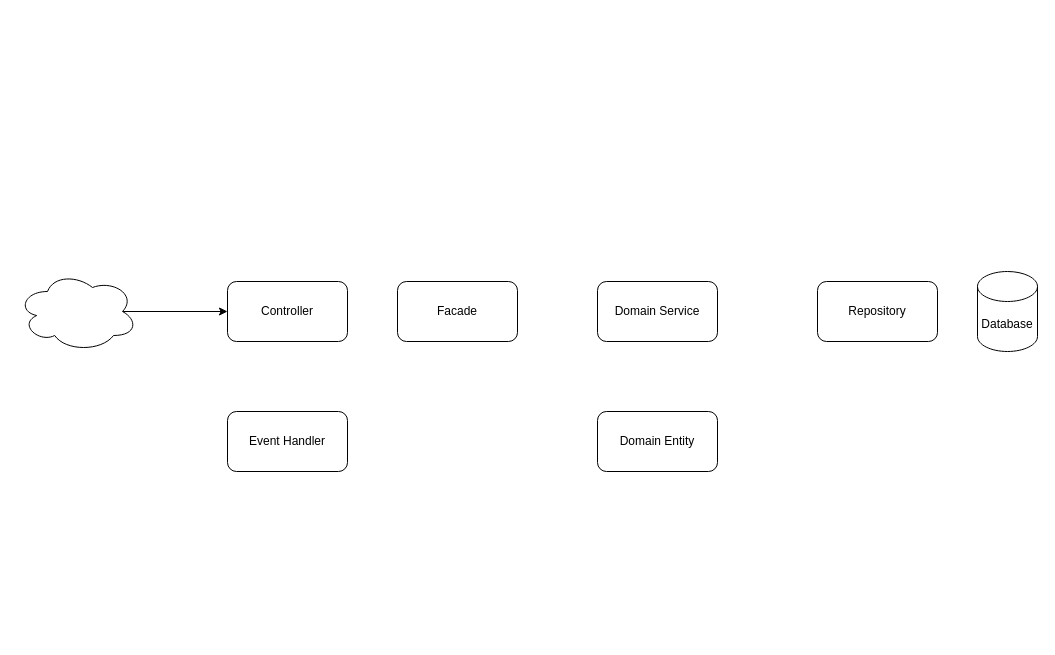
The draw.io diagram Untitled Diagram.drawio in cortside/drawio, before the edit. Source tidied: cells renumbered, new cells numbered last; positions are measured from the earlier drawing's top-left corner, leaving out a move shared by most shapes. Both pictures are drawn from the tidied source at 100%, with x=0, y=0 at pixel (17, 271).
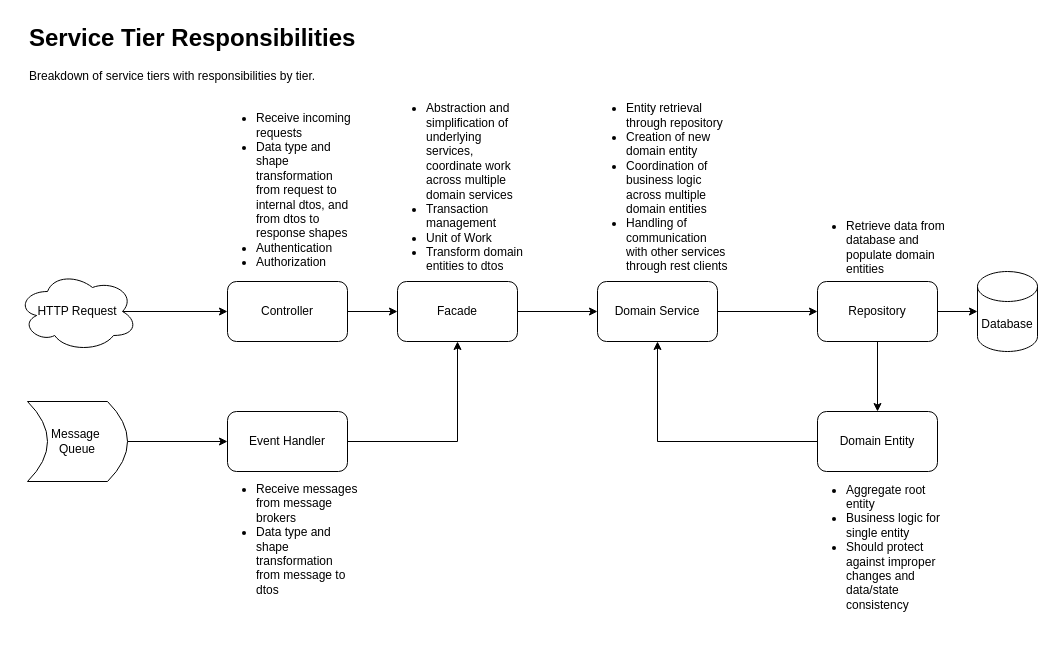
Above is the later version.

The change refers to these unchanged cells:
```xml
<mxCell id="2" value="Controller" style="rounded=1;whiteSpace=wrap;html=1;" parent="1" vertex="1">
  <mxGeometry x="210" y="10" width="120" height="60" as="geometry" />
</mxCell>
<mxCell id="3" value="Facade" style="rounded=1;whiteSpace=wrap;html=1;" parent="1" vertex="1">
  <mxGeometry x="380" y="10" width="120" height="60" as="geometry" />
</mxCell>
<mxCell id="4" value="Domain Service" style="rounded=1;whiteSpace=wrap;html=1;" parent="1" vertex="1">
  <mxGeometry x="580" y="10" width="120" height="60" as="geometry" />
</mxCell>
<mxCell id="6" value="Database" style="shape=cylinder3;whiteSpace=wrap;html=1;boundedLbl=1;backgroundOutline=1;size=15;" parent="1" vertex="1">
  <mxGeometry x="960" width="60" height="80" as="geometry" />
</mxCell>
<mxCell id="7" value="Event Handler" style="rounded=1;whiteSpace=wrap;html=1;" parent="1" vertex="1">
  <mxGeometry x="210" y="140" width="120" height="60" as="geometry" />
</mxCell>
<mxCell id="8" value="Repository" style="rounded=1;whiteSpace=wrap;html=1;" parent="1" vertex="1">
  <mxGeometry x="800" y="10" width="120" height="60" as="geometry" />
</mxCell>
```

The edit, as a diff of the source:
```diff
@@
+    <mxCell id="11" style="edgeStyle=orthogonalEdgeStyle;rounded=0;jettySize=auto;html=1;" parent="1" edge="1" source="2" target="3">
+      <mxGeometry relative="1" as="geometry" />
+    </mxCell>
@@
+    <mxCell id="12" style="edgeStyle=orthogonalEdgeStyle;rounded=0;jettySize=auto;html=1;" parent="1" edge="1" source="3" target="4">
+      <mxGeometry relative="1" as="geometry" />
+    </mxCell>
@@
+    <mxCell id="13" style="edgeStyle=orthogonalEdgeStyle;rounded=0;jettySize=auto;html=1;" parent="1" edge="1" source="4" target="8">
+      <mxGeometry relative="1" as="geometry" />
+    </mxCell>
@@
+    <mxCell id="14" style="edgeStyle=orthogonalEdgeStyle;rounded=0;jettySize=auto;html=1;exitX=0;exitY=0.5;exitDx=0;exitDy=0;entryX=0.5;entryY=1;entryDx=0;entryDy=0;" parent="1" edge="1" source="5" target="4">
+      <mxGeometry relative="1" as="geometry" />
+    </mxCell>
     <mxCell id="5" value="Domain Entity" style="rounded=1;whiteSpace=wrap;html=1;" parent="1" vertex="1">
-      <mxGeometry x="580" y="140" width="120" height="60" as="geometry" />
+      <mxGeometry x="800" y="140" width="120" height="60" as="geometry" />
     </mxCell>
@@
+    <mxCell id="15" style="edgeStyle=orthogonalEdgeStyle;rounded=0;jettySize=auto;html=1;exitX=1;exitY=0.5;exitDx=0;exitDy=0;entryX=0.5;entryY=1;entryDx=0;entryDy=0;" parent="1" edge="1" source="7" target="3">
+      <mxGeometry relative="1" as="geometry" />
+    </mxCell>
@@
+    <mxCell id="16" style="edgeStyle=orthogonalEdgeStyle;rounded=0;jettySize=auto;html=1;" parent="1" edge="1" source="8" target="6">
+      <mxGeometry relative="1" as="geometry" />
+    </mxCell>
+    <mxCell id="17" style="edgeStyle=orthogonalEdgeStyle;rounded=0;jettySize=auto;html=1;" parent="1" edge="1" source="8" target="5">
+      <mxGeometry relative="1" as="geometry" />
+    </mxCell>
@@
-    <mxCell id="10" style="ellipse;shape=cloud;whiteSpace=wrap;html=1;" parent="1" vertex="1">
+    <mxCell id="10" value="HTTP Request" style="ellipse;shape=cloud;whiteSpace=wrap;html=1;" parent="1" vertex="1">
       <mxGeometry width="120" height="80" as="geometry" />
     </mxCell>
+    <mxCell id="18" style="edgeStyle=orthogonalEdgeStyle;rounded=0;jettySize=auto;html=1;" parent="1" edge="1" source="19" target="7">
+      <mxGeometry relative="1" as="geometry" />
+    </mxCell>
+    <mxCell id="19" value="Message&amp;nbsp;&lt;div&gt;Queue&lt;/div&gt;" style="shape=dataStorage;whiteSpace=wrap;html=1;fixedSize=1;flipV=1;flipH=1;" parent="1" vertex="1">
+      <mxGeometry x="10" y="130" width="100" height="80" as="geometry" />
+    </mxCell>
+    <mxCell id="20" value="&lt;h1 style=&quot;margin-top: 0px;&quot;&gt;Service Tier Responsibilities&lt;/h1&gt;&lt;p&gt;Breakdown of service tiers with responsibilities by tier.&lt;/p&gt;" style="text;html=1;whiteSpace=wrap;overflow=hidden;rounded=0;" parent="1" vertex="1">
+      <mxGeometry x="10" y="-254" width="400" height="120" as="geometry" />
+    </mxCell>
+    <mxCell id="21" value="&lt;div style=&quot;text-align: left;&quot;&gt;&lt;ul&gt;&lt;li&gt;&lt;span style=&quot;background-color: initial;&quot;&gt;Receive incoming requests&lt;/span&gt;&lt;/li&gt;&lt;li&gt;Data type and shape transformation from request to internal dtos, and from dtos to response shapes&lt;/li&gt;&lt;li&gt;Authentication&lt;/li&gt;&lt;li&gt;&lt;span style=&quot;background-color: initial;&quot;&gt;Authorization&lt;/span&gt;&lt;/li&gt;&lt;/ul&gt;&lt;/div&gt;&lt;div&gt;&lt;div&gt;&lt;br&gt;&lt;/div&gt;&lt;/div&gt;" style="text;html=1;align=center;verticalAlign=middle;whiteSpace=wrap;rounded=0;" parent="1" vertex="1">
+      <mxGeometry x="197.5" y="-164" width="145" height="180" as="geometry" />
+    </mxCell>
+    <mxCell id="22" value="&lt;div style=&quot;text-align: left;&quot;&gt;&lt;ul&gt;&lt;li&gt;Abstraction and simplification of underlying services, coordinate work across multiple domain services&lt;/li&gt;&lt;li&gt;Transaction management&lt;/li&gt;&lt;li&gt;Unit of Work&lt;/li&gt;&lt;li&gt;Transform domain entities to dtos&lt;/li&gt;&lt;/ul&gt;&lt;/div&gt;" style="text;html=1;align=center;verticalAlign=middle;whiteSpace=wrap;rounded=0;" parent="1" vertex="1">
+      <mxGeometry x="367.5" y="-184" width="145" height="200" as="geometry" />
+    </mxCell>
+    <mxCell id="23" value="&lt;div style=&quot;text-align: left;&quot;&gt;&lt;ul&gt;&lt;li&gt;&lt;span style=&quot;background-color: initial;&quot;&gt;Entity retrieval through repository&lt;/span&gt;&lt;/li&gt;&lt;li&gt;&lt;span style=&quot;background-color: initial;&quot;&gt;Creation of new domain entity&lt;/span&gt;&lt;br&gt;&lt;/li&gt;&lt;li&gt;&lt;span style=&quot;background-color: initial;&quot;&gt;Coordination of business logic across multiple domain entities&lt;/span&gt;&lt;/li&gt;&lt;li&gt;&lt;span style=&quot;background-color: initial;&quot;&gt;Handling of communication with other services&amp;nbsp; through rest clients&lt;/span&gt;&lt;/li&gt;&lt;/ul&gt;&lt;/div&gt;" style="text;html=1;align=center;verticalAlign=middle;whiteSpace=wrap;rounded=0;" parent="1" vertex="1">
+      <mxGeometry x="567.5" y="-184" width="145" height="200" as="geometry" />
+    </mxCell>
+    <mxCell id="24" value="&lt;div style=&quot;text-align: left;&quot;&gt;&lt;ul&gt;&lt;li&gt;Retrieve data from database and populate domain entities&lt;/li&gt;&lt;/ul&gt;&lt;/div&gt;" style="text;html=1;align=center;verticalAlign=middle;whiteSpace=wrap;rounded=0;" parent="1" vertex="1">
+      <mxGeometry x="787.5" y="-64" width="145" height="80" as="geometry" />
+    </mxCell>
+    <mxCell id="25" value="&lt;div style=&quot;text-align: left;&quot;&gt;&lt;ul&gt;&lt;li&gt;&lt;span style=&quot;background-color: initial;&quot;&gt;Aggregate root entity&lt;/span&gt;&lt;/li&gt;&lt;li&gt;Business logic for single entity&lt;/li&gt;&lt;li&gt;&lt;span style=&quot;background-color: initial;&quot;&gt;Should protect against improper changes and data/state consistency&lt;/span&gt;&lt;/li&gt;&lt;/ul&gt;&lt;/div&gt;&lt;div&gt;&lt;div&gt;&lt;br&gt;&lt;/div&gt;&lt;/div&gt;" style="text;html=1;align=center;verticalAlign=middle;whiteSpace=wrap;rounded=0;" parent="1" vertex="1">
+      <mxGeometry x="787.5" y="210" width="145" height="146" as="geometry" />
+    </mxCell>
+    <mxCell id="26" value="&lt;div style=&quot;text-align: left;&quot;&gt;&lt;ul&gt;&lt;li&gt;Receive messages from message brokers&lt;/li&gt;&lt;li&gt;Data type and shape transformation from message to dtos&lt;/li&gt;&lt;/ul&gt;&lt;/div&gt;" style="text;html=1;align=center;verticalAlign=middle;whiteSpace=wrap;rounded=0;" parent="1" vertex="1">
+      <mxGeometry x="197.5" y="210" width="145" height="116" as="geometry" />
+    </mxCell>
```
